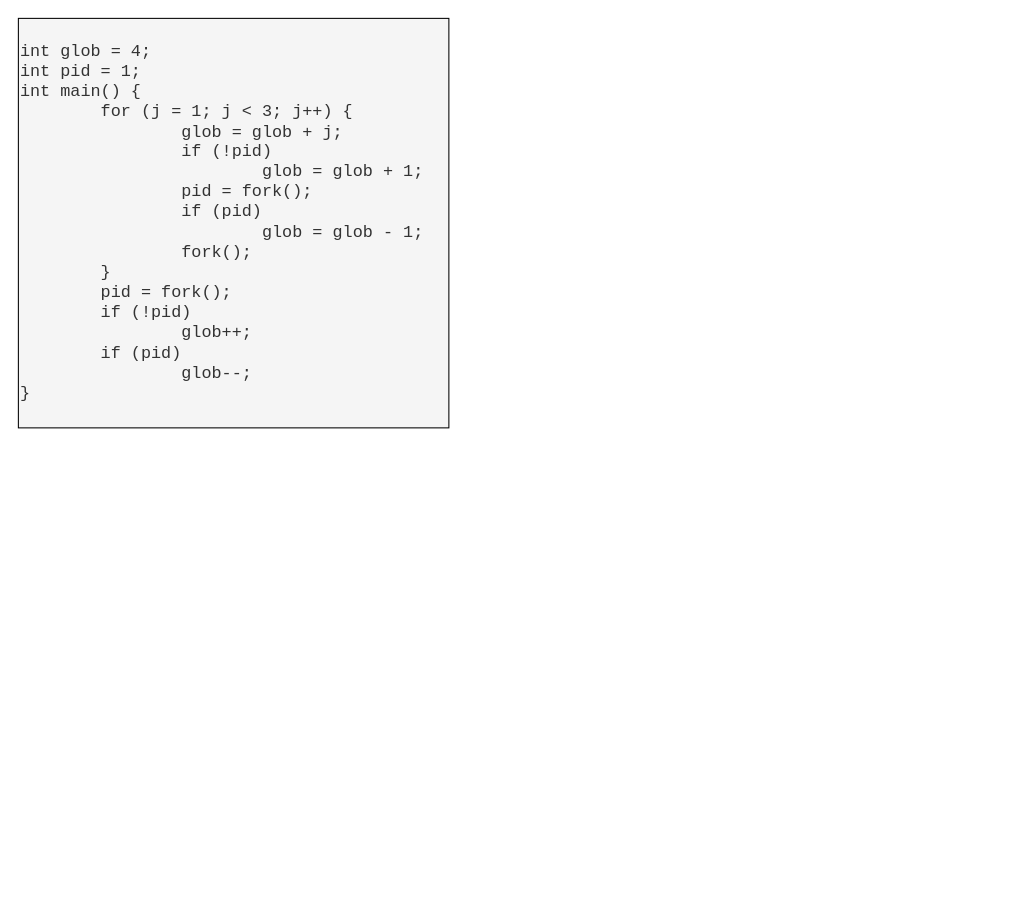
This is page "esercizio 1" (1 of 6) of exercises/alberi-processi.drawio from r-delprete/operating-systems, a draw.io file, before an edit. Source tidied: cells renumbered, new cells numbered last; positions are measured from the earlier drawing's top-left corner, leaving out a move shared by most shapes. Both pictures are drawn from the tidied source at 105%, with x=0, y=0 at pixel (18, 18).
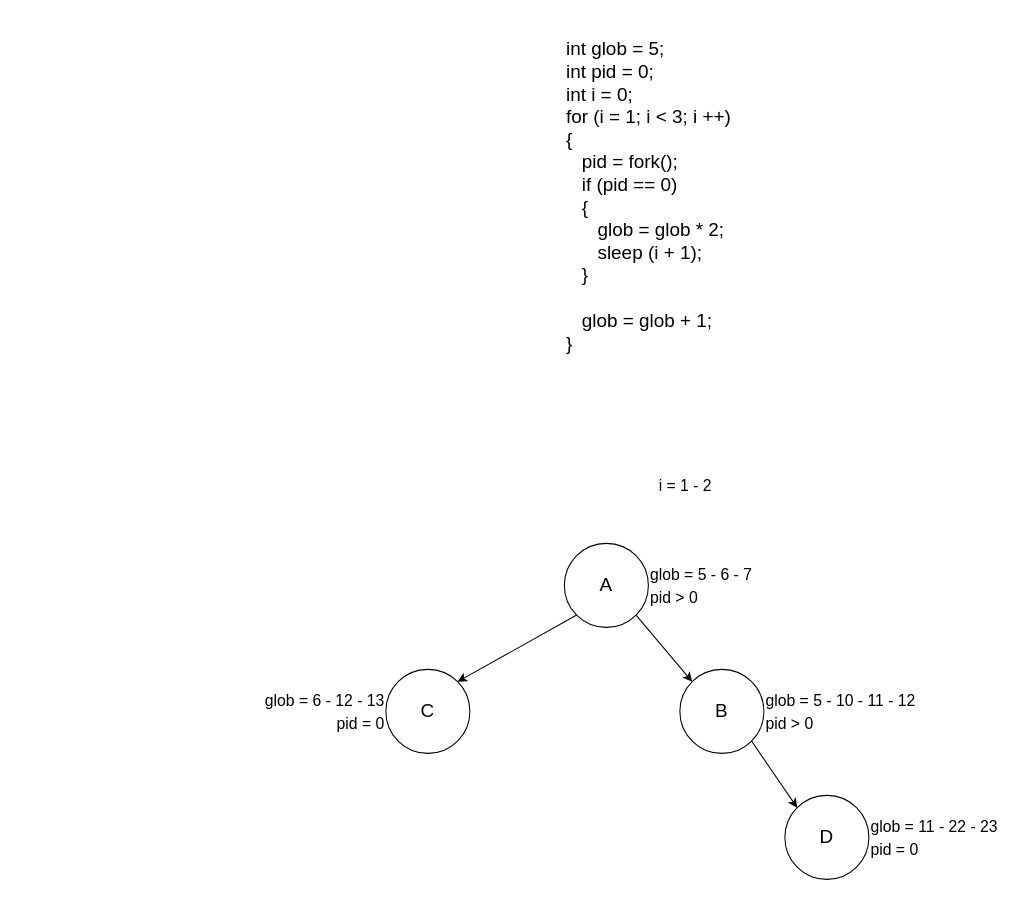
The same diagram, later.

Commit message:
add new processes trees

Diff of the diagram source:
```diff
@@
 <mxGraphModel>
   <root>
     <mxCell id="0" />
     <mxCell id="1" parent="0" />
-    <mxCell id="2" value="&lt;pre style=&quot;font-size: 16px;&quot;&gt;int glob = 4;&lt;br&gt;int pid = 1;&lt;br&gt;int main() {&lt;br&gt;&lt;span style=&quot;background-color: initial; white-space: pre;&quot;&gt;&#9;&lt;/span&gt;&lt;span style=&quot;background-color: initial;&quot;&gt;for (j = 1; j &amp;lt; 3; j++) {&lt;br&gt;&lt;/span&gt;&lt;span style=&quot;white-space: pre;&quot;&gt;&#9;&lt;span style=&quot;white-space: pre;&quot;&gt;&#9;&lt;/span&gt;g&lt;/span&gt;lob = glob + j;&lt;br&gt;&lt;span style=&quot;white-space: pre;&quot;&gt;&#9;&lt;/span&gt;&lt;span style=&quot;white-space: pre;&quot;&gt;&#9;&lt;/span&gt;if (!pid)&lt;br&gt;&lt;span style=&quot;white-space: pre;&quot;&gt;&#9;&lt;/span&gt;&lt;span style=&quot;white-space: pre;&quot;&gt;&#9;&lt;/span&gt;&lt;span style=&quot;white-space: pre;&quot;&gt;&#9;&lt;/span&gt;glob = glob + 1;&lt;br&gt;&lt;span style=&quot;white-space: pre;&quot;&gt;&#9;&lt;/span&gt;&lt;span style=&quot;white-space: pre;&quot;&gt;&#9;&lt;/span&gt;pid = fork();&lt;br&gt;&lt;span style=&quot;white-space: pre;&quot;&gt;&#9;&lt;/span&gt;&lt;span style=&quot;white-space: pre;&quot;&gt;&#9;&lt;/span&gt;if (pid)&amp;nbsp;&lt;br&gt;&lt;span style=&quot;white-space: pre;&quot;&gt;&#9;&lt;/span&gt;&lt;span style=&quot;white-space: pre;&quot;&gt;&#9;&lt;/span&gt;&lt;span style=&quot;white-space: pre;&quot;&gt;&#9;&lt;/span&gt;glob = glob - 1;&lt;br&gt;&lt;span style=&quot;white-space: pre;&quot;&gt;&#9;&lt;/span&gt;&lt;span style=&quot;white-space: pre;&quot;&gt;&#9;&lt;/span&gt;fork();&lt;br&gt;&lt;span style=&quot;white-space: pre;&quot;&gt;&#9;&lt;/span&gt;}&lt;br&gt;&lt;span style=&quot;white-space: pre;&quot;&gt;&#9;&lt;/span&gt;pid = fork();&lt;br&gt;&lt;span style=&quot;white-space: pre;&quot;&gt;&#9;&lt;/span&gt;if (!pid)&lt;br&gt;&lt;span style=&quot;white-space: pre;&quot;&gt;&#9;&lt;/span&gt;&lt;span style=&quot;white-space: pre;&quot;&gt;&#9;&lt;/span&gt;glob++;&lt;br&gt;&lt;span style=&quot;white-space: pre;&quot;&gt;&#9;&lt;/span&gt;if (pid)&lt;br&gt;&lt;span style=&quot;white-space: pre;&quot;&gt;&#9;&lt;/span&gt;&lt;span style=&quot;white-space: pre;&quot;&gt;&#9;&lt;/span&gt;glob--;&lt;br&gt;}&lt;/pre&gt;" style="text;html=1;align=left;verticalAlign=middle;strokeColor=#000000;fillColor=#f5f5f5;fontSize=13;fontColor=#333333;" parent="1" vertex="1">
-      <mxGeometry width="410" height="390" as="geometry" />
-    </mxCell>
+    <mxCell id="3" value="&lt;div style=&quot;font-size: 18px;&quot;&gt;&lt;font style=&quot;font-size: 18px;&quot;&gt;int glob = 5;&lt;/font&gt;&lt;/div&gt;&lt;div style=&quot;font-size: 18px;&quot;&gt;&lt;font style=&quot;font-size: 18px;&quot;&gt;int pid = 0;&lt;/font&gt;&lt;/div&gt;&lt;div style=&quot;font-size: 18px;&quot;&gt;&lt;font style=&quot;font-size: 18px;&quot;&gt;int i = 0;&lt;/font&gt;&lt;/div&gt;&lt;div style=&quot;font-size: 18px;&quot;&gt;&lt;font style=&quot;font-size: 18px;&quot;&gt;for (i = 1; i &amp;lt; 3; i ++)&lt;/font&gt;&lt;/div&gt;&lt;div style=&quot;font-size: 18px;&quot;&gt;&lt;font style=&quot;font-size: 18px;&quot;&gt;{&lt;/font&gt;&lt;/div&gt;&lt;div style=&quot;font-size: 18px;&quot;&gt;&lt;font style=&quot;font-size: 18px;&quot;&gt;&amp;nbsp; &amp;nbsp;pid = fork();&lt;/font&gt;&lt;/div&gt;&lt;div style=&quot;font-size: 18px;&quot;&gt;&lt;font style=&quot;font-size: 18px;&quot;&gt;&amp;nbsp; &amp;nbsp;if (pid == 0)&lt;/font&gt;&lt;/div&gt;&lt;div style=&quot;font-size: 18px;&quot;&gt;&lt;font style=&quot;font-size: 18px;&quot;&gt;&amp;nbsp; &amp;nbsp;{&lt;/font&gt;&lt;/div&gt;&lt;div style=&quot;font-size: 18px;&quot;&gt;&lt;font style=&quot;font-size: 18px;&quot;&gt;&amp;nbsp; &amp;nbsp; &amp;nbsp; glob = glob * 2;&lt;/font&gt;&lt;/div&gt;&lt;div style=&quot;font-size: 18px;&quot;&gt;&lt;font style=&quot;font-size: 18px;&quot;&gt;&amp;nbsp; &amp;nbsp; &amp;nbsp; sleep (i + 1);&lt;/font&gt;&lt;/div&gt;&lt;div style=&quot;font-size: 18px;&quot;&gt;&lt;font style=&quot;font-size: 18px;&quot;&gt;&amp;nbsp; &amp;nbsp;}&lt;/font&gt;&lt;/div&gt;&lt;div style=&quot;font-size: 18px;&quot;&gt;&lt;font style=&quot;font-size: 18px;&quot;&gt;&amp;nbsp; &amp;nbsp; &amp;nbsp; &amp;nbsp;&amp;nbsp;&lt;/font&gt;&lt;/div&gt;&lt;div style=&quot;font-size: 18px;&quot;&gt;&lt;font style=&quot;font-size: 18px;&quot;&gt;&amp;nbsp; &amp;nbsp;glob = glob + 1;&lt;/font&gt;&lt;/div&gt;&lt;div style=&quot;font-size: 18px;&quot;&gt;&lt;font style=&quot;font-size: 18px;&quot;&gt;}&lt;/font&gt;&lt;/div&gt;" style="text;html=1;align=left;verticalAlign=middle;strokeColor=none;fillColor=none;" parent="1" vertex="1">
+      <mxGeometry x="520" y="10" width="180" height="320" as="geometry" />
+    </mxCell>
+    <mxCell id="4" style="edgeStyle=none;html=1;exitX=1;exitY=1;exitDx=0;exitDy=0;entryX=0;entryY=0;entryDx=0;entryDy=0;fontSize=15;" parent="1" edge="1" source="5" target="9">
+      <mxGeometry relative="1" as="geometry" />
+    </mxCell>
+    <mxCell id="5" value="A" style="ellipse;whiteSpace=wrap;html=1;fontSize=18;" parent="1" vertex="1">
+      <mxGeometry x="520" y="500" width="80" height="80" as="geometry" />
+    </mxCell>
+    <mxCell id="6" value="&lt;font style=&quot;font-size: 15px;&quot;&gt;glob = 5 - 6 - 7&lt;br&gt;pid &amp;gt; 0&lt;/font&gt;" style="text;html=1;align=left;verticalAlign=middle;strokeColor=none;fillColor=none;fontSize=18;" parent="1" vertex="1">
+      <mxGeometry x="600" y="510" width="120" height="60" as="geometry" />
+    </mxCell>
+    <mxCell id="7" value="i = 1 - 2" style="text;html=1;align=center;verticalAlign=middle;strokeColor=none;fillColor=none;fontSize=15;" parent="1" vertex="1">
+      <mxGeometry x="600" y="430" width="70" height="30" as="geometry" />
+    </mxCell>
+    <mxCell id="8" style="edgeStyle=none;html=1;exitX=1;exitY=1;exitDx=0;exitDy=0;entryX=0;entryY=0;entryDx=0;entryDy=0;fontSize=15;" parent="1" edge="1" source="9" target="14">
+      <mxGeometry relative="1" as="geometry" />
+    </mxCell>
+    <mxCell id="9" value="B" style="ellipse;whiteSpace=wrap;html=1;fontSize=18;" parent="1" vertex="1">
+      <mxGeometry x="630" y="620" width="80" height="80" as="geometry" />
+    </mxCell>
+    <mxCell id="10" value="&lt;font style=&quot;font-size: 15px;&quot;&gt;glob = 5 - 10 - 11 - 12&lt;br&gt;pid &amp;gt; 0&lt;/font&gt;" style="text;html=1;align=left;verticalAlign=middle;strokeColor=none;fillColor=none;fontSize=18;" parent="1" vertex="1">
+      <mxGeometry x="710" y="630" width="170" height="60" as="geometry" />
+    </mxCell>
+    <mxCell id="11" style="edgeStyle=none;html=1;exitX=0;exitY=1;exitDx=0;exitDy=0;entryX=1;entryY=0;entryDx=0;entryDy=0;fontSize=15;" parent="1" edge="1" source="5" target="12">
+      <mxGeometry relative="1" as="geometry" />
+    </mxCell>
+    <mxCell id="12" value="C" style="ellipse;whiteSpace=wrap;html=1;fontSize=18;" parent="1" vertex="1">
+      <mxGeometry x="350" y="620" width="80" height="80" as="geometry" />
+    </mxCell>
+    <mxCell id="13" value="&lt;font style=&quot;font-size: 15px;&quot;&gt;glob = 6 - 12 - 13&lt;br&gt;pid = 0&lt;/font&gt;" style="text;html=1;align=right;verticalAlign=middle;strokeColor=none;fillColor=none;fontSize=18;" parent="1" vertex="1">
+      <mxGeometry x="210" y="630" width="140" height="60" as="geometry" />
+    </mxCell>
+    <mxCell id="14" value="D" style="ellipse;whiteSpace=wrap;html=1;fontSize=18;" parent="1" vertex="1">
+      <mxGeometry x="730" y="740" width="80" height="80" as="geometry" />
+    </mxCell>
+    <mxCell id="15" value="&lt;font style=&quot;font-size: 15px;&quot;&gt;glob = 11 - 22 - 23&lt;br&gt;pid = 0&lt;/font&gt;" style="text;html=1;align=left;verticalAlign=middle;strokeColor=none;fillColor=none;fontSize=18;" parent="1" vertex="1">
+      <mxGeometry x="810" y="750" width="140" height="60" as="geometry" />
+    </mxCell>
   </root>
 </mxGraphModel>
```
